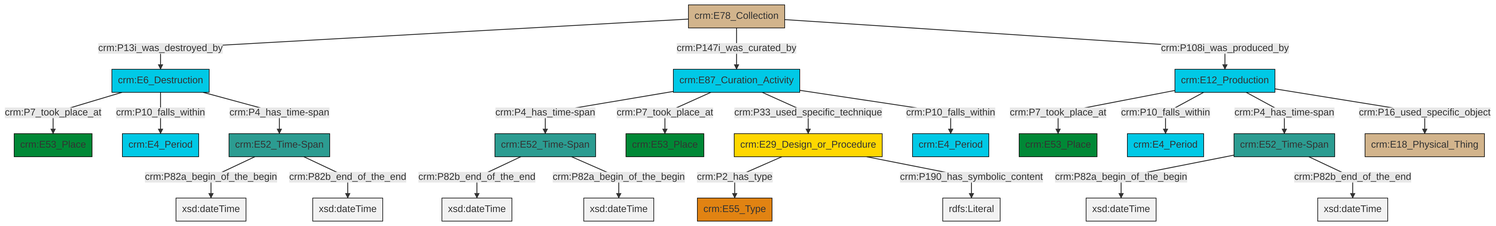
Before: et/archivalCSV/ttl/mmd/png/archival_existence.png, a diagram exported from Mermaid (swiss-art-research-net/docs.swissartresearch). Its source is kept beside it as et/archivalCSV/ttl/mmd/archival_existence.ttl.mmd.
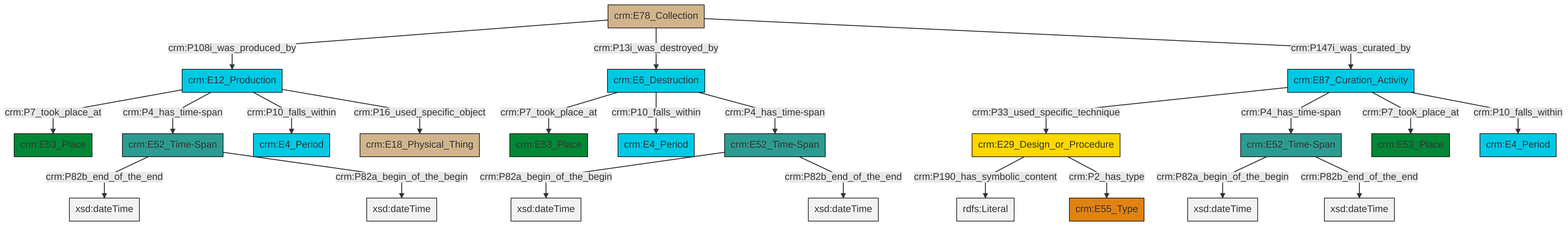
After the commit.

Diff of the diagram source:
```diff
@@ -13,25 +13,25 @@
 classDef PC_Classes fill:#4ce600, stroke:#000000;
 classDef Multi fill:#cccccc,stroke:#000000;
 
-0["crm:E87_Curation_Activity"]:::Temporal_Entity -->|crm:P4_has_time-span| 4["crm:E52_Time-Span"]:::Time-Span
-7["crm:E12_Production"]:::Temporal_Entity -->|crm:P7_took_place_at| 8["crm:E53_Place"]:::Place
-12["crm:E6_Destruction"]:::Temporal_Entity -->|crm:P7_took_place_at| 13["crm:E53_Place"]:::Place
-14["crm:E29_Design_or_Procedure"]:::Conceptual_Object -->|crm:P2_has_type| 15["crm:E55_Type"]:::Type
-0["crm:E87_Curation_Activity"]:::Temporal_Entity -->|crm:P7_took_place_at| 16["crm:E53_Place"]:::Place
-17["crm:E78_Collection"]:::Physical_Thing -->|crm:P13i_was_destroyed_by| 12["crm:E6_Destruction"]:::Temporal_Entity
-19["crm:E52_Time-Span"]:::Time-Span -->|crm:P82a_begin_of_the_begin| 20[xsd:dateTime]:::Literal
-4["crm:E52_Time-Span"]:::Time-Span -->|crm:P82b_end_of_the_end| 22[xsd:dateTime]:::Literal
-12["crm:E6_Destruction"]:::Temporal_Entity -->|crm:P10_falls_within| 24["crm:E4_Period"]:::Temporal_Entity
-19["crm:E52_Time-Span"]:::Time-Span -->|crm:P82b_end_of_the_end| 25[xsd:dateTime]:::Literal
-7["crm:E12_Production"]:::Temporal_Entity -->|crm:P10_falls_within| 2["crm:E4_Period"]:::Temporal_Entity
-4["crm:E52_Time-Span"]:::Time-Span -->|crm:P82a_begin_of_the_begin| 29[xsd:dateTime]:::Literal
-0["crm:E87_Curation_Activity"]:::Temporal_Entity -->|crm:P33_used_specific_technique| 14["crm:E29_Design_or_Procedure"]:::Conceptual_Object
-17["crm:E78_Collection"]:::Physical_Thing -->|crm:P147i_was_curated_by| 0["crm:E87_Curation_Activity"]:::Temporal_Entity
-14["crm:E29_Design_or_Procedure"]:::Conceptual_Object -->|crm:P190_has_symbolic_content| 31[rdfs:Literal]:::Literal
-0["crm:E87_Curation_Activity"]:::Temporal_Entity -->|crm:P10_falls_within| 26["crm:E4_Period"]:::Temporal_Entity
-17["crm:E78_Collection"]:::Physical_Thing -->|crm:P108i_was_produced_by| 7["crm:E12_Production"]:::Temporal_Entity
-10["crm:E52_Time-Span"]:::Time-Span -->|crm:P82a_begin_of_the_begin| 36[xsd:dateTime]:::Literal
-7["crm:E12_Production"]:::Temporal_Entity -->|crm:P4_has_time-span| 10["crm:E52_Time-Span"]:::Time-Span
-10["crm:E52_Time-Span"]:::Time-Span -->|crm:P82b_end_of_the_end| 37[xsd:dateTime]:::Literal
-7["crm:E12_Production"]:::Temporal_Entity -->|crm:P16_used_specific_object| 5["crm:E18_Physical_Thing"]:::Physical_Thing
-12["crm:E6_Destruction"]:::Temporal_Entity -->|crm:P4_has_time-span| 19["crm:E52_Time-Span"]:::Time-Span
+0["crm:E87_Curation_Activity"]:::Temporal_Entity -->|crm:P33_used_specific_technique| 1["crm:E29_Design_or_Procedure"]:::Conceptual_Object
+1["crm:E29_Design_or_Procedure"]:::Conceptual_Object -->|crm:P190_has_symbolic_content| 2[rdfs:Literal]:::Literal
+3["crm:E78_Collection"]:::Physical_Thing -->|crm:P108i_was_produced_by| 4["crm:E12_Production"]:::Temporal_Entity
+4["crm:E12_Production"]:::Temporal_Entity -->|crm:P7_took_place_at| 5["crm:E53_Place"]:::Place
+6["crm:E52_Time-Span"]:::Time-Span -->|crm:P82a_begin_of_the_begin| 7[xsd:dateTime]:::Literal
+4["crm:E12_Production"]:::Temporal_Entity -->|crm:P4_has_time-span| 16["crm:E52_Time-Span"]:::Time-Span
+0["crm:E87_Curation_Activity"]:::Temporal_Entity -->|crm:P4_has_time-span| 14["crm:E52_Time-Span"]:::Time-Span
+17["crm:E6_Destruction"]:::Temporal_Entity -->|crm:P7_took_place_at| 21["crm:E53_Place"]:::Place
+14["crm:E52_Time-Span"]:::Time-Span -->|crm:P82a_begin_of_the_begin| 22[xsd:dateTime]:::Literal
+14["crm:E52_Time-Span"]:::Time-Span -->|crm:P82b_end_of_the_end| 23[xsd:dateTime]:::Literal
+0["crm:E87_Curation_Activity"]:::Temporal_Entity -->|crm:P7_took_place_at| 24["crm:E53_Place"]:::Place
+3["crm:E78_Collection"]:::Physical_Thing -->|crm:P13i_was_destroyed_by| 17["crm:E6_Destruction"]:::Temporal_Entity
+17["crm:E6_Destruction"]:::Temporal_Entity -->|crm:P10_falls_within| 19["crm:E4_Period"]:::Temporal_Entity
+16["crm:E52_Time-Span"]:::Time-Span -->|crm:P82b_end_of_the_end| 29[xsd:dateTime]:::Literal
+3["crm:E78_Collection"]:::Physical_Thing -->|crm:P147i_was_curated_by| 0["crm:E87_Curation_Activity"]:::Temporal_Entity
+4["crm:E12_Production"]:::Temporal_Entity -->|crm:P10_falls_within| 9["crm:E4_Period"]:::Temporal_Entity
+16["crm:E52_Time-Span"]:::Time-Span -->|crm:P82a_begin_of_the_begin| 31[xsd:dateTime]:::Literal
+17["crm:E6_Destruction"]:::Temporal_Entity -->|crm:P4_has_time-span| 6["crm:E52_Time-Span"]:::Time-Span
+1["crm:E29_Design_or_Procedure"]:::Conceptual_Object -->|crm:P2_has_type| 32["crm:E55_Type"]:::Type
+4["crm:E12_Production"]:::Temporal_Entity -->|crm:P16_used_specific_object| 12["crm:E18_Physical_Thing"]:::Physical_Thing
+0["crm:E87_Curation_Activity"]:::Temporal_Entity -->|crm:P10_falls_within| 36["crm:E4_Period"]:::Temporal_Entity
+6["crm:E52_Time-Span"]:::Time-Span -->|crm:P82b_end_of_the_end| 38[xsd:dateTime]:::Literal
```
